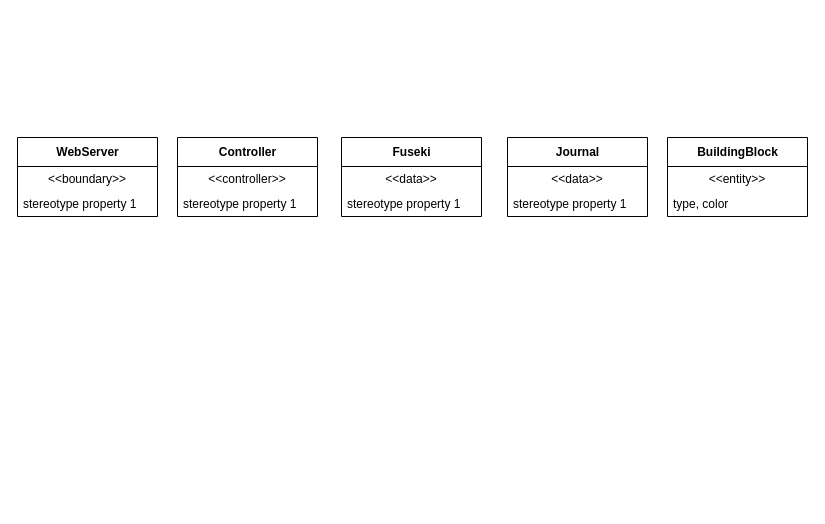
Above: page "Design Class Diagram" (7 of 8) of Diagrams/Diagrams.drawio in Hallvaeb/automation-p2-construction-knowledge-base (draw.io), before the change. Source tidied: cells renumbered, new cells numbered last; positions are measured from the earlier drawing's top-left corner, leaving out a move shared by most shapes. Both pictures are drawn from the tidied source at 100%, with x=0, y=0 at pixel (17, 137).
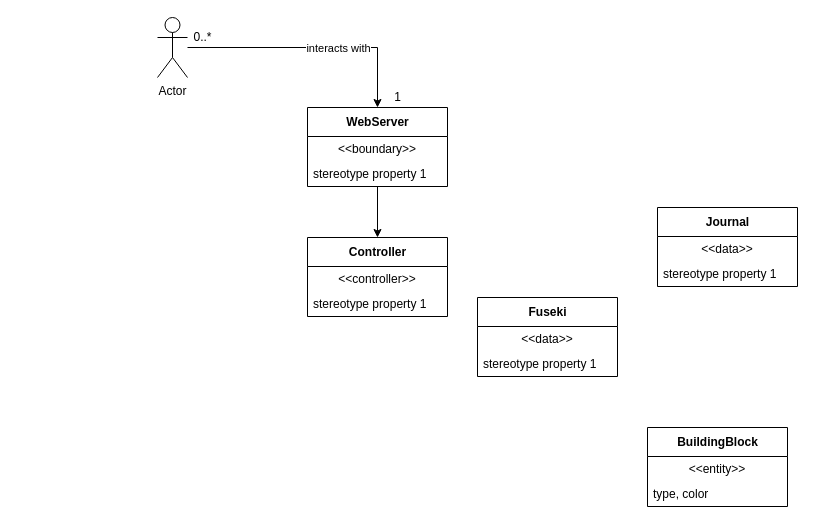
Above is the later version.

Diff of the diagram source:
```diff
@@
     <mxCell id="2" value="Fuseki" style="swimlane;fontStyle=1;align=center;verticalAlign=middle;horizontal=1;startSize=29;html=1;labelBackgroundColor=none;" parent="1" vertex="1">
-      <mxGeometry x="324" width="140" height="79" as="geometry" />
+      <mxGeometry x="460" y="160" width="140" height="79" as="geometry" />
     </mxCell>
@@
+    <mxCell id="17" style="edgeStyle=orthogonalEdgeStyle;rounded=0;jettySize=auto;html=1;entryX=0.5;entryY=0;entryDx=0;entryDy=0;" parent="1" edge="1" source="5" target="14">
+      <mxGeometry relative="1" as="geometry" />
+    </mxCell>
     <mxCell id="5" value="WebServer" style="swimlane;fontStyle=1;align=center;verticalAlign=middle;horizontal=1;startSize=29;html=1;labelBackgroundColor=none;" parent="1" vertex="1">
-      <mxGeometry width="140" height="79" as="geometry" />
+      <mxGeometry x="290" y="-30" width="140" height="79" as="geometry" />
     </mxCell>
@@
     <mxCell id="8" value="Journal" style="swimlane;fontStyle=1;align=center;verticalAlign=middle;horizontal=1;startSize=29;html=1;labelBackgroundColor=none;" parent="1" vertex="1">
-      <mxGeometry x="490" width="140" height="79" as="geometry" />
+      <mxGeometry x="640" y="70" width="140" height="79" as="geometry" />
     </mxCell>
@@
     <mxCell id="11" value="BuildingBlock" style="swimlane;fontStyle=1;align=center;verticalAlign=middle;horizontal=1;startSize=29;html=1;labelBackgroundColor=none;" parent="1" vertex="1">
-      <mxGeometry x="650" width="140" height="79" as="geometry" />
+      <mxGeometry x="630" y="290" width="140" height="79" as="geometry" />
     </mxCell>
@@
     <mxCell id="14" value="Controller" style="swimlane;fontStyle=1;align=center;verticalAlign=middle;horizontal=1;startSize=29;html=1;labelBackgroundColor=none;" parent="1" vertex="1">
-      <mxGeometry x="160" width="140" height="79" as="geometry" />
+      <mxGeometry x="290" y="100" width="140" height="79" as="geometry" />
     </mxCell>
@@
+    <mxCell id="18" style="edgeStyle=orthogonalEdgeStyle;rounded=0;jettySize=auto;html=1;entryX=0.5;entryY=0;entryDx=0;entryDy=0;" parent="1" edge="1" source="20" target="5">
+      <mxGeometry relative="1" as="geometry" />
+    </mxCell>
+    <mxCell id="19" value="interacts with" style="edgeLabel;html=1;align=center;verticalAlign=middle;" parent="18" vertex="1">
+      <mxGeometry x="0.31" y="2" relative="1" as="geometry">
+        <mxPoint x="-14" y="2" as="offset" />
+      </mxGeometry>
+    </mxCell>
+    <mxCell id="20" value="Actor" style="shape=umlActor;verticalLabelPosition=bottom;verticalAlign=top;html=1;" parent="1" vertex="1">
+      <mxGeometry x="140" y="-120" width="30" height="60" as="geometry" />
+    </mxCell>
+    <mxCell id="21" value="0..*" style="text;html=1;align=center;verticalAlign=middle;strokeColor=none;fillColor=none;" parent="1" vertex="1">
+      <mxGeometry x="170" y="-110" width="30" height="20" as="geometry" />
+    </mxCell>
+    <mxCell id="22" value="1" style="text;html=1;align=center;verticalAlign=middle;strokeColor=none;fillColor=none;" parent="1" vertex="1">
+      <mxGeometry x="370" y="-50" width="20" height="20" as="geometry" />
+    </mxCell>
```
